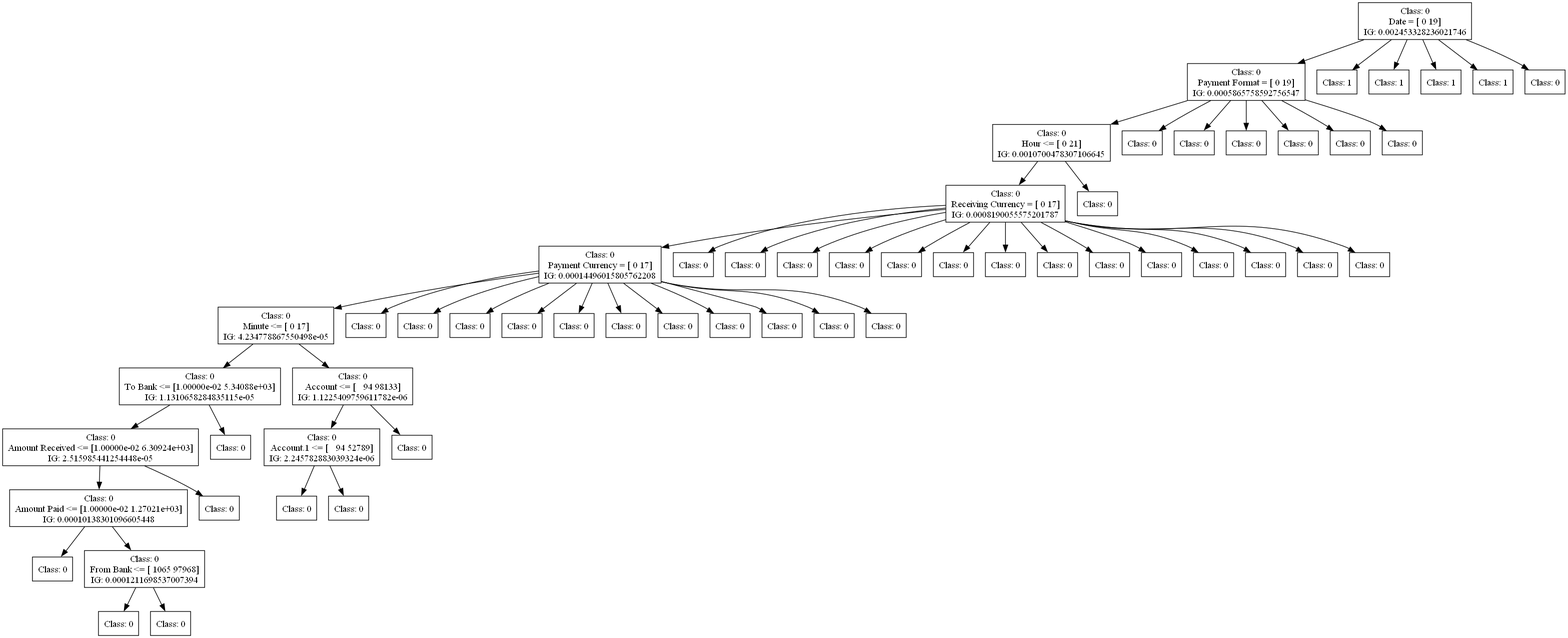
FedericoBruzzone/anti-money-laundering keeps this Graphviz diagram as dot_figs/tree-id3-wo_preprocessing-2.png. Above is the earlier version. Its source is kept beside it as dot_figs/tree-id3-wo_preprocessing-2.dot.
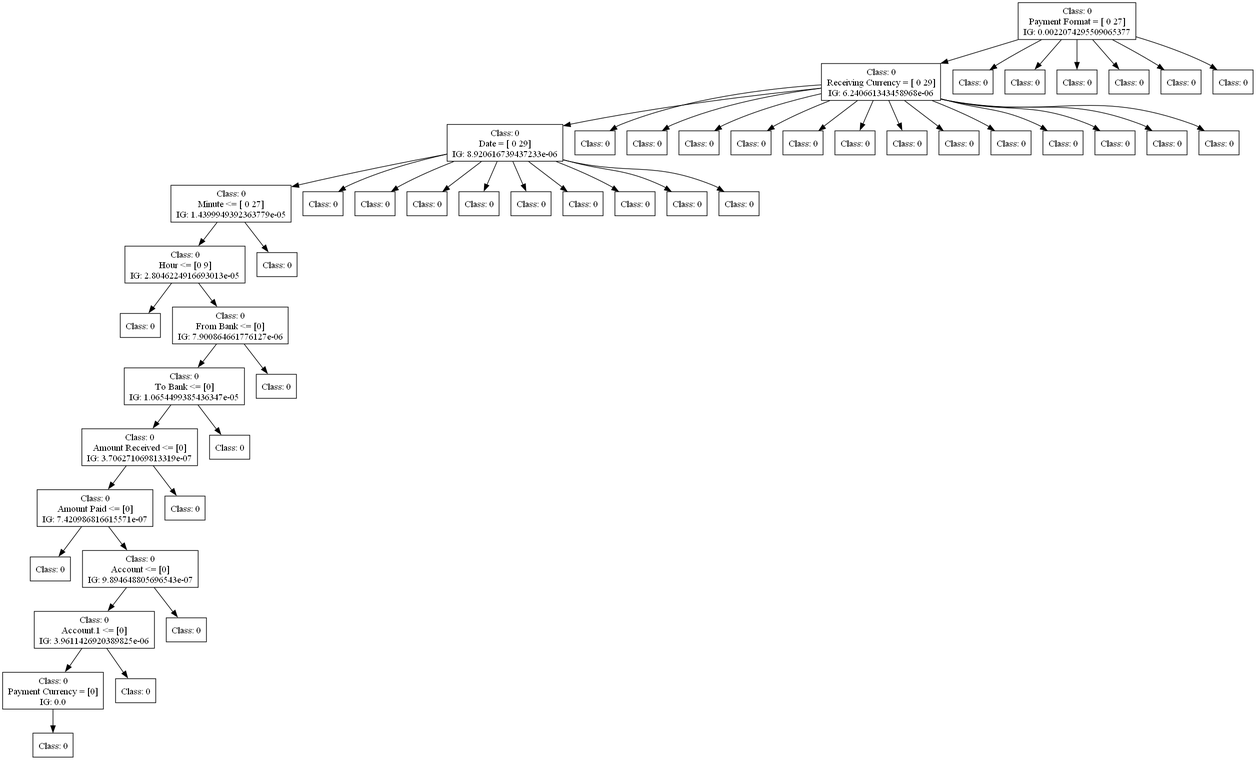
The same file after the commit.

The edit, as a diff of the source:
```diff
@@ -1,186 +1,162 @@
 digraph DecisionTree {
 	rankdir=TD;
 	node [shape=box];
-	2371196544544 [label="Class: 0
-Date = [ 0 19]
-IG: 0.002453328236021746"];
-	2371515421824 [label="Class: 0
-Payment Format = [ 0 19]
-IG: 0.0005865758592756547"];
-	2371196544544 -> 2371515421824;
-	2371515432912 [label="Class: 0
-Hour <= [ 0 21]
-IG: 0.0010700478307106645"];
-	2371515421824 -> 2371515432912;
-	2371721488624 [label="Class: 0
-Receiving Currency = [ 0 17]
-IG: 0.0008190055575201787"];
-	2371515432912 -> 2371721488624;
-	2372786486048 [label="Class: 0
-Payment Currency = [ 0 17]
-IG: 0.00014496015805762208"];
-	2371721488624 -> 2372786486048;
-	2371196691952 [label="Class: 0
-Minute <= [ 0 17]
-IG: 4.234778867550498e-05"];
-	2372786486048 -> 2371196691952;
-	2371515426048 [label="Class: 0
-To Bank <= [1.00000e-02 5.34088e+03]
-IG: 1.1310658284835115e-05"];
-	2371196691952 -> 2371515426048;
-	2371515430368 [label="Class: 0
-Amount Received <= [1.00000e-02 6.30924e+03]
-IG: 2.515985441254448e-05"];
-	2371515426048 -> 2371515430368;
-	2371515421200 [label="Class: 0
-Amount Paid <= [1.00000e-02 1.27021e+03]
-IG: 0.00010138301096605448"];
-	2371515430368 -> 2371515421200;
-	2371721479696 [label="Class: 0
+	2535284391216 [label="Class: 0
+Payment Format = [ 0 27]
+IG: 0.0022074295509065377"];
+	2535284382624 [label="Class: 0
+Receiving Currency = [ 0 29]
+IG: 6.240661343458968e-06"];
+	2535284391216 -> 2535284382624;
+	2535284390592 [label="Class: 0
+Date = [ 0 29]
+IG: 8.920616739437233e-06"];
+	2535284382624 -> 2535284390592;
+	2541216530928 [label="Class: 0
+Minute <= [ 0 27]
+IG: 1.4399949392363779e-05"];
+	2535284390592 -> 2541216530928;
+	2541216534240 [label="Class: 0
+Hour <= [0 9]
+IG: 2.8046224916693013e-05"];
+	2541216530928 -> 2541216534240;
+	2541216534960 [label="Class: 0
 "];
-	2371515421200 -> 2371721479696;
-	2371721480896 [label="Class: 0
-From Bank <= [ 1065 97968]
-IG: 0.0001211698537007394"];
-	2371515421200 -> 2371721480896;
-	2371721483968 [label="Class: 0
+	2541216534240 -> 2541216534960;
+	2541216535392 [label="Class: 0
+From Bank <= [0]
+IG: 7.900864661776127e-06"];
+	2541216534240 -> 2541216535392;
+	2541216535680 [label="Class: 0
+To Bank <= [0]
+IG: 1.0654499385436347e-05"];
+	2541216535392 -> 2541216535680;
+	2541216536400 [label="Class: 0
+Amount Received <= [0]
+IG: 3.706271069813319e-07"];
+	2541216535680 -> 2541216536400;
+	2541216537120 [label="Class: 0
+Amount Paid <= [0]
+IG: 7.420986816615571e-07"];
+	2541216536400 -> 2541216537120;
+	2535284388864 [label="Class: 0
 "];
-	2371721480896 -> 2371721483968;
-	2371721483920 [label="Class: 0
+	2541216537120 -> 2535284388864;
+	2541216537792 [label="Class: 0
+Account <= [0]
+IG: 9.894648805696543e-07"];
+	2541216537120 -> 2541216537792;
+	2541216538464 [label="Class: 0
+Account.1 <= [0]
+IG: 3.9611426920389825e-06"];
+	2541216537792 -> 2541216538464;
+	2541216539184 [label="Class: 0
+Payment Currency = [0]
+IG: 0.0"];
+	2541216538464 -> 2541216539184;
+	2541216539136 [label="Class: 0
 "];
-	2371721480896 -> 2371721483920;
-	2371515427488 [label="Class: 0
+	2541216539184 -> 2541216539136;
+	2541216539616 [label="Class: 0
 "];
-	2371515430368 -> 2371515427488;
-	2371515431952 [label="Class: 0
+	2541216538464 -> 2541216539616;
+	2541216538896 [label="Class: 0
 "];
-	2371515426048 -> 2371515431952;
-	2371515424752 [label="Class: 0
-Account <= [   94 98133]
-IG: 1.1225409759611782e-06"];
-	2371196691952 -> 2371515424752;
-	2371721486080 [label="Class: 0
-Account.1 <= [   94 52789]
-IG: 2.245782883039324e-06"];
-	2371515424752 -> 2371721486080;
-	2371721488000 [label="Class: 0
+	2541216537792 -> 2541216538896;
+	2541216537552 [label="Class: 0
 "];
-	2371721486080 -> 2371721488000;
-	2371721489968 [label="Class: 0
+	2541216536400 -> 2541216537552;
+	2541216536832 [label="Class: 0
 "];
-	2371721486080 -> 2371721489968;
-	2371721486896 [label="Class: 0
+	2541216535680 -> 2541216536832;
+	2541216536112 [label="Class: 0
 "];
-	2371515424752 -> 2371721486896;
-	2371196694736 [label="Class: 0
+	2541216535392 -> 2541216536112;
+	2541216534672 [label="Class: 0
 "];
-	2372786486048 -> 2371196694736;
-	2371196687824 [label="Class: 0
+	2541216530928 -> 2541216534672;
+	2541216532848 [label="Class: 0
 "];
-	2372786486048 -> 2371196687824;
-	2371196694688 [label="Class: 0
+	2535284390592 -> 2541216532848;
+	2541216533424 [label="Class: 0
 "];
-	2372786486048 -> 2371196694688;
-	2371515420336 [label="Class: 0
+	2535284390592 -> 2541216533424;
+	2541216532512 [label="Class: 0
 "];
-	2372786486048 -> 2371515420336;
-	2371515428784 [label="Class: 0
+	2535284390592 -> 2541216532512;
+	2541216533520 [label="Class: 0
 "];
-	2372786486048 -> 2371515428784;
-	2371515420288 [label="Class: 0
+	2535284390592 -> 2541216533520;
+	2541216531984 [label="Class: 0
 "];
-	2372786486048 -> 2371515420288;
-	2371515420672 [label="Class: 0
+	2535284390592 -> 2541216531984;
+	2541216533280 [label="Class: 0
 "];
-	2372786486048 -> 2371515420672;
-	2371515416736 [label="Class: 0
+	2535284390592 -> 2541216533280;
+	2541216532176 [label="Class: 0
 "];
-	2372786486048 -> 2371515416736;
-	2371515421248 [label="Class: 0
+	2535284390592 -> 2541216532176;
+	2541216530976 [label="Class: 0
 "];
-	2372786486048 -> 2371515421248;
-	2371515421296 [label="Class: 0
+	2535284390592 -> 2541216530976;
+	2541216532944 [label="Class: 0
 "];
-	2372786486048 -> 2371515421296;
-	2371515421968 [label="Class: 0
+	2535284390592 -> 2541216532944;
+	2535284390976 [label="Class: 0
 "];
-	2372786486048 -> 2371515421968;
-	2370908566240 [label="Class: 0
+	2535284382624 -> 2535284390976;
+	2535284391120 [label="Class: 0
 "];
-	2371721488624 -> 2370908566240;
-	2371196544736 [label="Class: 0
+	2535284382624 -> 2535284391120;
+	2535284384640 [label="Class: 0
 "];
-	2371721488624 -> 2371196544736;
-	2371196542480 [label="Class: 0
+	2535284382624 -> 2535284384640;
+	2535284390112 [label="Class: 0
 "];
-	2371721488624 -> 2371196542480;
-	2371187871312 [label="Class: 0
+	2535284382624 -> 2535284390112;
+	2535284386320 [label="Class: 0
 "];
-	2371721488624 -> 2371187871312;
-	2371187256400 [label="Class: 0
+	2535284382624 -> 2535284386320;
+	2535284391696 [label="Class: 0
 "];
-	2371721488624 -> 2371187256400;
-	2372786845680 [label="Class: 0
+	2535284382624 -> 2535284391696;
+	2535284389728 [label="Class: 0
 "];
-	2371721488624 -> 2372786845680;
-	2372786836176 [label="Class: 0
+	2535284382624 -> 2535284389728;
+	2535284391792 [label="Class: 0
 "];
-	2371721488624 -> 2372786836176;
-	2372786836272 [label="Class: 0
+	2535284382624 -> 2535284391792;
+	2535284385312 [label="Class: 0
 "];
-	2371721488624 -> 2372786836272;
-	2372786844384 [label="Class: 0
+	2535284382624 -> 2535284385312;
+	2535284389920 [label="Class: 0
 "];
-	2371721488624 -> 2372786844384;
-	2372786839872 [label="Class: 0
+	2535284382624 -> 2535284389920;
+	2541216532704 [label="Class: 0
 "];
-	2371721488624 -> 2372786839872;
-	2372786841024 [label="Class: 0
+	2535284382624 -> 2541216532704;
+	2541216531504 [label="Class: 0
 "];
-	2371721488624 -> 2372786841024;
-	2371196687968 [label="Class: 0
+	2535284382624 -> 2541216531504;
+	2541216532608 [label="Class: 0
 "];
-	2371721488624 -> 2371196687968;
-	2371196694208 [label="Class: 0
+	2535284382624 -> 2541216532608;
+	2535284386368 [label="Class: 0
 "];
-	2371721488624 -> 2371196694208;
-	2371196687296 [label="Class: 0
+	2535284391216 -> 2535284386368;
+	2535284376720 [label="Class: 0
 "];
-	2371721488624 -> 2371196687296;
-	2371721489056 [label="Class: 0
+	2535284391216 -> 2535284376720;
+	2535284389200 [label="Class: 0
 "];
-	2371515432912 -> 2371721489056;
-	2371515432672 [label="Class: 0
+	2535284391216 -> 2535284389200;
+	2535284377296 [label="Class: 0
 "];
-	2371515421824 -> 2371515432672;
-	2371515432864 [label="Class: 0
+	2535284391216 -> 2535284377296;
+	2535284381904 [label="Class: 0
 "];
-	2371515421824 -> 2371515432864;
-	2371515432528 [label="Class: 0
+	2535284391216 -> 2535284381904;
+	2535284391408 [label="Class: 0
 "];
-	2371515421824 -> 2371515432528;
-	2371515432048 [label="Class: 0
-"];
-	2371515421824 -> 2371515432048;
-	2371515431376 [label="Class: 0
-"];
-	2371515421824 -> 2371515431376;
-	2371515430464 [label="Class: 0
-"];
-	2371515421824 -> 2371515430464;
-	2371515422256 [label="Class: 1
-"];
-	2371196544544 -> 2371515422256;
-	2371515420240 [label="Class: 1
-"];
-	2371196544544 -> 2371515420240;
-	2371515422016 [label="Class: 1
-"];
-	2371196544544 -> 2371515422016;
-	2371515421680 [label="Class: 1
-"];
-	2371196544544 -> 2371515421680;
-	2371515419184 [label="Class: 0
-"];
-	2371196544544 -> 2371515419184;
+	2535284391216 -> 2535284391408;
 }
```
